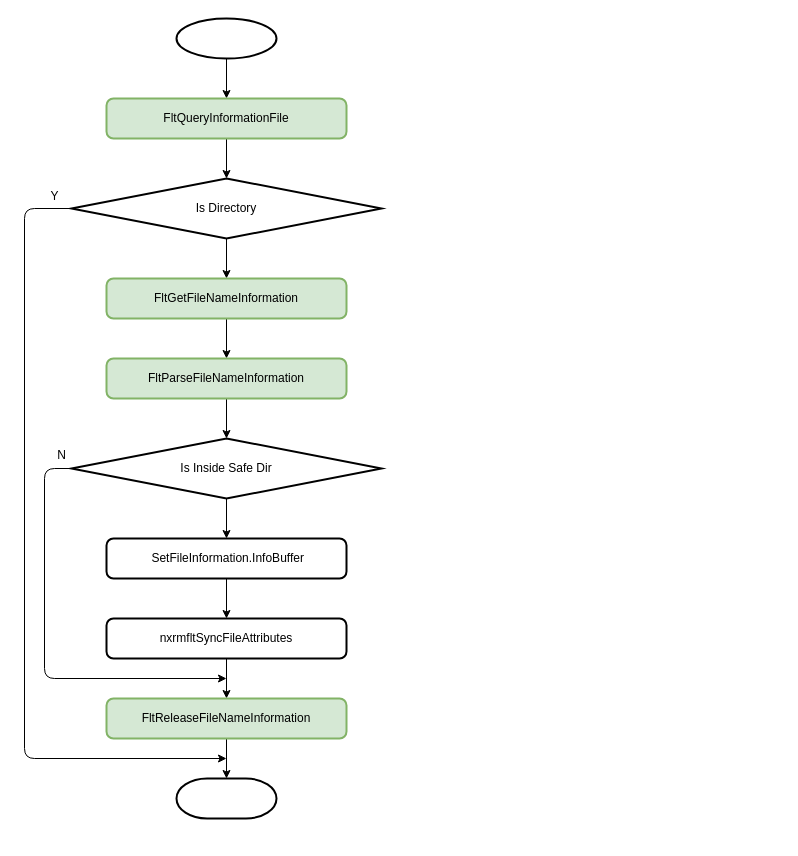
linfenwen/draw_io keeps this draw.io diagram as page "Page-2" (2 of 3) of ectr_readonly.drawio. Above is the earlier version. Source tidied: cells renumbered, new cells numbered last; positions are measured from the earlier drawing's top-left corner, leaving out a move shared by most shapes. Both pictures are drawn from the tidied source at 100%, with x=0, y=0 at pixel (24, 18).
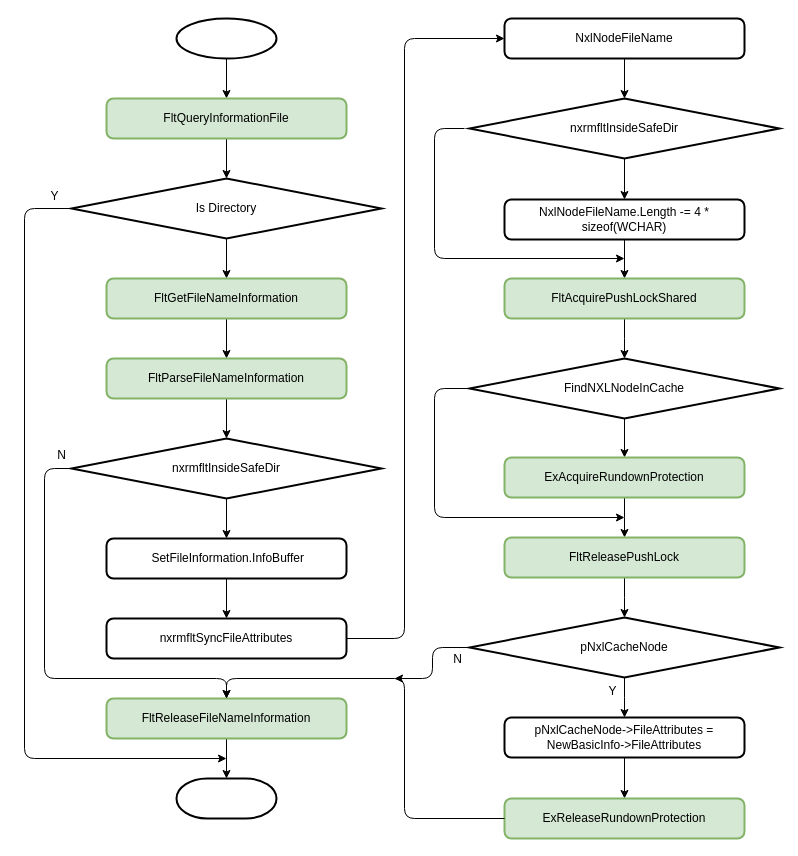
After the change.

Unchanged cells that the change refers to:
```xml
<mxCell id="18" value="&lt;font style=&quot;font-size: 12px&quot;&gt;nxrmfltSyncFileAttributes&lt;/font&gt;" style="rounded=1;whiteSpace=wrap;html=1;absoluteArcSize=1;arcSize=14;strokeWidth=2;" parent="1" vertex="1">
  <mxGeometry x="82" y="600" width="240" height="40" as="geometry" />
</mxCell>
<mxCell id="20" value="&lt;font style=&quot;font-size: 12px&quot;&gt;FltReleaseFileNameInformation&lt;/font&gt;" style="rounded=1;whiteSpace=wrap;html=1;absoluteArcSize=1;arcSize=14;strokeWidth=2;fillColor=#d5e8d4;strokeColor=#82b366;" parent="1" vertex="1">
  <mxGeometry x="82" y="680" width="240" height="40" as="geometry" />
</mxCell>
```

Diff of the diagram source:
```diff
@@
-    <mxCell id="14" value="Is Inside Safe Dir" style="strokeWidth=2;html=1;shape=mxgraph.flowchart.decision;whiteSpace=wrap;" parent="1" vertex="1">
+    <mxCell id="14" value="nxrmfltInsideSafeDir" style="strokeWidth=2;html=1;shape=mxgraph.flowchart.decision;whiteSpace=wrap;" parent="1" vertex="1">
       <mxGeometry x="47" y="420" width="310" height="60" as="geometry" />
     </mxCell>
@@
-    <mxCell id="17" style="edgeStyle=orthogonalEdgeStyle;rounded=0;jettySize=auto;html=1;" parent="1" edge="1" source="18" target="20">
-      <mxGeometry relative="1" as="geometry" />
-    </mxCell>
@@
-    <mxCell id="21" style="endArrow=classic;html=1;exitX=0;exitY=0.5;exitDx=0;exitDy=0;exitPerimeter=0;edgeStyle=orthogonalEdgeStyle;" parent="1" edge="1" source="14">
+    <mxCell id="21" style="endArrow=classic;html=1;exitX=0;exitY=0.5;exitDx=0;exitDy=0;exitPerimeter=0;edgeStyle=orthogonalEdgeStyle;entryX=0.5;entryY=0;entryDx=0;entryDy=0;" parent="1" edge="1" source="14" target="20">
       <mxGeometry relative="1" as="geometry">
-        <mxPoint x="202" y="660" as="targetPoint" />
         <Array as="points">
           <mxPoint x="20" y="450" />
           <mxPoint x="20" y="660" />
+          <mxPoint x="202" y="660" />
         </Array>
       </mxGeometry>
     </mxCell>
@@
+    <mxCell id="25" style="edgeStyle=orthogonalEdgeStyle;rounded=0;jettySize=auto;html=1;" parent="1" edge="1" source="26" target="28">
+      <mxGeometry relative="1" as="geometry" />
+    </mxCell>
+    <mxCell id="26" value="&lt;font style=&quot;font-size: 12px&quot;&gt;NxlNodeFileName&lt;/font&gt;" style="rounded=1;whiteSpace=wrap;html=1;absoluteArcSize=1;arcSize=14;strokeWidth=2;" parent="1" vertex="1">
+      <mxGeometry x="480" width="240" height="40" as="geometry" />
+    </mxCell>
+    <mxCell id="27" style="edgeStyle=orthogonalEdgeStyle;rounded=0;jettySize=auto;html=1;" parent="1" edge="1" source="28" target="30">
+      <mxGeometry relative="1" as="geometry" />
+    </mxCell>
+    <mxCell id="28" value="nxrmfltInsideSafeDir" style="strokeWidth=2;html=1;shape=mxgraph.flowchart.decision;whiteSpace=wrap;" parent="1" vertex="1">
+      <mxGeometry x="445" y="80" width="310" height="60" as="geometry" />
+    </mxCell>
+    <mxCell id="29" style="edgeStyle=orthogonalEdgeStyle;rounded=0;jettySize=auto;html=1;" parent="1" edge="1" source="30" target="32">
+      <mxGeometry relative="1" as="geometry" />
+    </mxCell>
+    <mxCell id="30" value="&lt;font style=&quot;font-size: 12px&quot;&gt;NxlNodeFileName.Length -= 4 * sizeof(WCHAR)&lt;/font&gt;" style="rounded=1;whiteSpace=wrap;html=1;absoluteArcSize=1;arcSize=14;strokeWidth=2;" parent="1" vertex="1">
+      <mxGeometry x="480" y="181" width="240" height="40" as="geometry" />
+    </mxCell>
+    <mxCell id="31" style="edgeStyle=elbowEdgeStyle;rounded=0;jettySize=auto;html=1;" parent="1" edge="1" source="32" target="37">
+      <mxGeometry relative="1" as="geometry" />
+    </mxCell>
+    <mxCell id="32" value="&lt;font style=&quot;font-size: 12px&quot;&gt;FltAcquirePushLockShared&lt;/font&gt;" style="rounded=1;whiteSpace=wrap;html=1;absoluteArcSize=1;arcSize=14;strokeWidth=2;fillColor=#d5e8d4;strokeColor=#82b366;" parent="1" vertex="1">
+      <mxGeometry x="480" y="260" width="240" height="40" as="geometry" />
+    </mxCell>
+    <mxCell id="33" style="endArrow=classic;html=1;edgeStyle=elbowEdgeStyle;" parent="1" edge="1">
+      <mxGeometry relative="1" as="geometry">
+        <mxPoint x="440" y="110" as="sourcePoint" />
+        <mxPoint x="600" y="240" as="targetPoint" />
+        <Array as="points">
+          <mxPoint x="410" y="200" />
+        </Array>
+      </mxGeometry>
+    </mxCell>
+    <mxCell id="34" style="edgeStyle=elbowEdgeStyle;rounded=0;jettySize=auto;html=1;" parent="1" edge="1" source="35" target="45">
+      <mxGeometry relative="1" as="geometry" />
+    </mxCell>
+    <mxCell id="35" value="pNxlCacheNode-&amp;gt;FileAttributes = NewBasicInfo-&amp;gt;FileAttributes" style="rounded=1;whiteSpace=wrap;html=1;absoluteArcSize=1;arcSize=14;strokeWidth=2;" parent="1" vertex="1">
+      <mxGeometry x="480" y="699" width="240" height="40" as="geometry" />
+    </mxCell>
+    <mxCell id="36" style="edgeStyle=elbowEdgeStyle;rounded=0;jettySize=auto;html=1;" parent="1" edge="1" source="37" target="39">
+      <mxGeometry relative="1" as="geometry" />
+    </mxCell>
+    <mxCell id="37" value="FindNXLNodeInCache" style="strokeWidth=2;html=1;shape=mxgraph.flowchart.decision;whiteSpace=wrap;" parent="1" vertex="1">
+      <mxGeometry x="445" y="340" width="310" height="60" as="geometry" />
+    </mxCell>
+    <mxCell id="38" style="edgeStyle=elbowEdgeStyle;rounded=0;jettySize=auto;html=1;" parent="1" edge="1" source="39" target="41">
+      <mxGeometry relative="1" as="geometry" />
+    </mxCell>
+    <mxCell id="39" value="&lt;font style=&quot;font-size: 12px&quot;&gt;ExAcquireRundownProtection&lt;/font&gt;" style="rounded=1;whiteSpace=wrap;html=1;absoluteArcSize=1;arcSize=14;strokeWidth=2;fillColor=#d5e8d4;strokeColor=#82b366;" parent="1" vertex="1">
+      <mxGeometry x="480" y="439" width="240" height="40" as="geometry" />
+    </mxCell>
+    <mxCell id="40" style="edgeStyle=elbowEdgeStyle;rounded=0;jettySize=auto;html=1;" parent="1" edge="1" source="41" target="44">
+      <mxGeometry relative="1" as="geometry" />
+    </mxCell>
+    <mxCell id="41" value="&lt;font style=&quot;font-size: 12px&quot;&gt;FltReleasePushLock&lt;/font&gt;" style="rounded=1;whiteSpace=wrap;html=1;absoluteArcSize=1;arcSize=14;strokeWidth=2;fillColor=#d5e8d4;strokeColor=#82b366;" parent="1" vertex="1">
+      <mxGeometry x="480" y="519" width="240" height="40" as="geometry" />
+    </mxCell>
+    <mxCell id="42" style="endArrow=classic;html=1;edgeStyle=elbowEdgeStyle;exitX=0;exitY=0.5;exitDx=0;exitDy=0;exitPerimeter=0;" parent="1" edge="1" source="37">
+      <mxGeometry relative="1" as="geometry">
+        <mxPoint x="600" y="499" as="targetPoint" />
+        <Array as="points">
+          <mxPoint x="410" y="409" />
+        </Array>
+      </mxGeometry>
+    </mxCell>
+    <mxCell id="43" style="edgeStyle=elbowEdgeStyle;rounded=0;jettySize=auto;html=1;" parent="1" edge="1" source="44" target="35">
+      <mxGeometry relative="1" as="geometry" />
+    </mxCell>
+    <mxCell id="44" value="pNxlCacheNode" style="strokeWidth=2;html=1;shape=mxgraph.flowchart.decision;whiteSpace=wrap;" parent="1" vertex="1">
+      <mxGeometry x="445" y="599" width="310" height="60" as="geometry" />
+    </mxCell>
+    <mxCell id="45" value="&lt;font style=&quot;font-size: 12px&quot;&gt;ExReleaseRundownProtection&lt;/font&gt;" style="rounded=1;whiteSpace=wrap;html=1;absoluteArcSize=1;arcSize=14;strokeWidth=2;fillColor=#d5e8d4;strokeColor=#82b366;" parent="1" vertex="1">
+      <mxGeometry x="480" y="780" width="240" height="40" as="geometry" />
+    </mxCell>
+    <mxCell id="46" style="endArrow=classic;html=1;exitX=1;exitY=0.5;exitDx=0;exitDy=0;edgeStyle=elbowEdgeStyle;entryX=0;entryY=0.5;entryDx=0;entryDy=0;" parent="1" edge="1" source="18" target="26">
+      <mxGeometry relative="1" as="geometry">
+        <Array as="points">
+          <mxPoint x="380" y="310" />
+        </Array>
+      </mxGeometry>
+    </mxCell>
+    <mxCell id="47" style="endArrow=classic;html=1;exitX=0;exitY=0.5;exitDx=0;exitDy=0;edgeStyle=orthogonalEdgeStyle;entryX=0.5;entryY=0;entryDx=0;entryDy=0;" parent="1" edge="1" source="45" target="20">
+      <mxGeometry relative="1" as="geometry">
+        <Array as="points">
+          <mxPoint x="380" y="800" />
+          <mxPoint x="380" y="660" />
+          <mxPoint x="202" y="660" />
+        </Array>
+      </mxGeometry>
+    </mxCell>
+    <mxCell id="48" style="endArrow=classic;html=1;exitX=0;exitY=0.5;exitDx=0;exitDy=0;exitPerimeter=0;edgeStyle=elbowEdgeStyle;" parent="1" edge="1" source="44">
+      <mxGeometry relative="1" as="geometry">
+        <mxPoint x="370" y="660" as="targetPoint" />
+      </mxGeometry>
+    </mxCell>
+    <mxCell id="49" value="Y" style="text;html=1;align=center;verticalAlign=middle;strokeColor=none;" parent="1" vertex="1">
+      <mxGeometry x="578" y="663" width="20" height="20" as="geometry" />
+    </mxCell>
+    <mxCell id="50" value="N" style="text;html=1;align=center;verticalAlign=middle;strokeColor=none;" parent="1" vertex="1">
+      <mxGeometry x="423" y="631" width="20" height="20" as="geometry" />
+    </mxCell>
```
